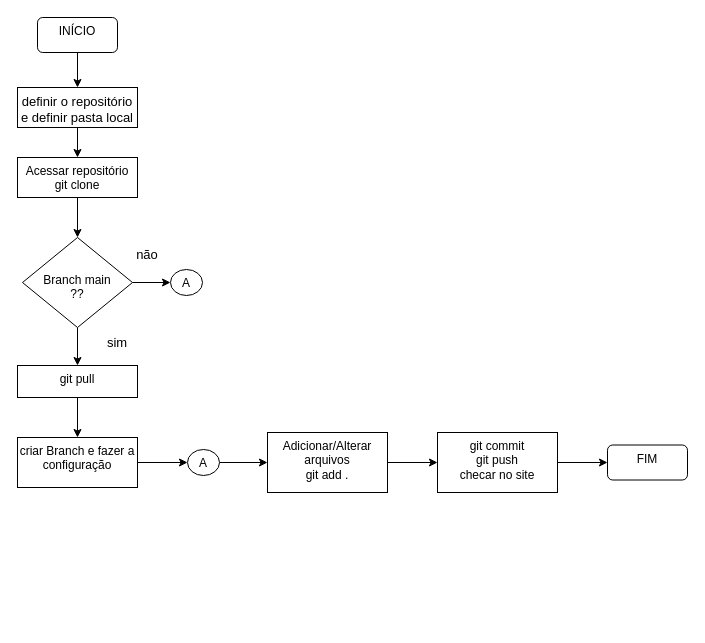
Before: Untitled Diagram.drawio in roger-mcz/suporteIT, a draw.io diagram. Source tidied: cells renumbered, new cells numbered last; positions are measured from the earlier drawing's top-left corner, leaving out a move shared by most shapes. Both pictures are drawn from the tidied source at 100%, with x=0, y=0 at pixel (17, 17).
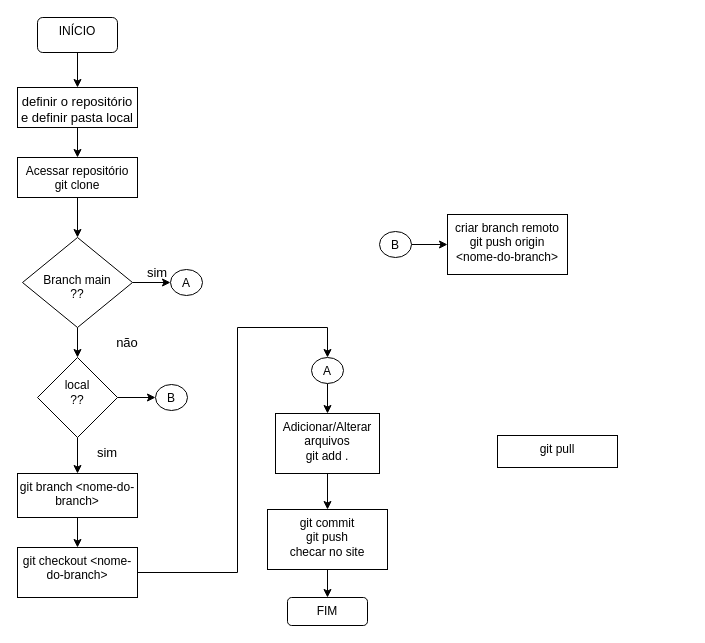
The same diagram, later.

Unchanged cells that the change refers to:
```xml
<mxCell id="8" value="&lt;div&gt;&lt;br&gt;&lt;/div&gt;&lt;div&gt;&lt;br&gt;&lt;/div&gt;&lt;div&gt;Branch main&lt;/div&gt;&lt;div&gt;??&lt;br&gt;&lt;/div&gt;" style="rhombus;whiteSpace=wrap;html=1;verticalAlign=top;" parent="1" vertex="1">
  <mxGeometry x="5" y="220" width="110" height="90" as="geometry" />
</mxCell>
```

The edit, as a diff of the source:
```diff
@@
-    <mxCell id="7" style="edgeStyle=orthogonalEdgeStyle;rounded=0;jettySize=auto;html=1;fontSize=13;" parent="1" edge="1" source="8" target="12">
-      <mxGeometry relative="1" as="geometry" />
-    </mxCell>
+    <mxCell id="25" style="edgeStyle=orthogonalEdgeStyle;rounded=0;jettySize=auto;html=1;" parent="1" edge="1" source="8" target="28">
+      <mxGeometry relative="1" as="geometry" />
+    </mxCell>
@@
     <mxCell id="10" value="sim" style="text;html=1;strokeColor=none;fillColor=none;align=center;verticalAlign=middle;whiteSpace=wrap;rounded=0;fontSize=13;" parent="1" vertex="1">
-      <mxGeometry x="70" y="310" width="60" height="30" as="geometry" />
+      <mxGeometry x="60" y="420" width="60" height="30" as="geometry" />
     </mxCell>
-    <mxCell id="11" style="edgeStyle=orthogonalEdgeStyle;rounded=0;jettySize=auto;html=1;fontSize=13;" parent="1" edge="1" source="12" target="15">
-      <mxGeometry relative="1" as="geometry" />
-    </mxCell>
     <mxCell id="12" value="git pull" style="whiteSpace=wrap;html=1;verticalAlign=top;" parent="1" vertex="1">
-      <mxGeometry y="348" width="120" height="32" as="geometry" />
+      <mxGeometry x="480" y="418" width="120" height="32" as="geometry" />
     </mxCell>
     <mxCell id="13" value="não" style="text;html=1;strokeColor=none;fillColor=none;align=center;verticalAlign=middle;whiteSpace=wrap;rounded=0;fontSize=13;" parent="1" vertex="1">
-      <mxGeometry x="100" y="222" width="60" height="30" as="geometry" />
+      <mxGeometry x="80" y="310" width="60" height="30" as="geometry" />
     </mxCell>
-    <mxCell id="14" style="edgeStyle=orthogonalEdgeStyle;rounded=0;jettySize=auto;html=1;exitX=1;exitY=0.5;exitDx=0;exitDy=0;entryX=0;entryY=0.5;entryDx=0;entryDy=0;fontSize=13;" parent="1" edge="1" source="15" target="24">
-      <mxGeometry relative="1" as="geometry" />
+    <mxCell id="14" style="edgeStyle=orthogonalEdgeStyle;rounded=0;jettySize=auto;html=1;exitX=1;exitY=0.5;exitDx=0;exitDy=0;entryX=0.5;entryY=0;entryDx=0;entryDy=0;fontSize=13;" parent="1" edge="1" source="32" target="24">
+      <mxGeometry relative="1" as="geometry">
+        <Array as="points">
+          <mxPoint x="220" y="555" />
+          <mxPoint x="220" y="310" />
+          <mxPoint x="310" y="310" />
+        </Array>
+      </mxGeometry>
     </mxCell>
-    <mxCell id="15" value="criar Branch e fazer a configuração" style="whiteSpace=wrap;html=1;verticalAlign=top;" parent="1" vertex="1">
-      <mxGeometry y="420" width="120" height="50" as="geometry" />
-    </mxCell>
@@
     <mxCell id="17" value="&lt;div&gt;Adicionar/Alterar&lt;/div&gt;&lt;div&gt;arquivos&lt;/div&gt;&lt;div&gt;git add .&lt;br&gt;&lt;/div&gt;" style="whiteSpace=wrap;html=1;verticalAlign=top;" parent="1" vertex="1">
-      <mxGeometry x="250" y="415" width="120" height="60" as="geometry" />
+      <mxGeometry x="258" y="396" width="104" height="60" as="geometry" />
     </mxCell>
@@
     <mxCell id="19" value="&lt;div&gt;git commit&lt;br&gt;&lt;/div&gt;&lt;div&gt;git push&lt;/div&gt;&lt;div&gt;checar no site&lt;br&gt;&lt;/div&gt;" style="whiteSpace=wrap;html=1;verticalAlign=top;" parent="1" vertex="1">
-      <mxGeometry x="420" y="415" width="120" height="60" as="geometry" />
+      <mxGeometry x="250" y="492" width="120" height="60" as="geometry" />
     </mxCell>
     <mxCell id="20" value="FIM" style="rounded=1;whiteSpace=wrap;html=1;verticalAlign=top;" parent="1" vertex="1">
-      <mxGeometry x="590" y="427.5" width="80" height="35" as="geometry" />
+      <mxGeometry x="270" y="580" width="80" height="28" as="geometry" />
     </mxCell>
@@
-    <mxCell id="23" style="edgeStyle=orthogonalEdgeStyle;rounded=0;jettySize=auto;html=1;exitX=1;exitY=0.5;exitDx=0;exitDy=0;entryX=0;entryY=0.5;entryDx=0;entryDy=0;fontSize=13;" parent="1" edge="1" source="24" target="17">
+    <mxCell id="23" style="edgeStyle=orthogonalEdgeStyle;rounded=0;jettySize=auto;html=1;exitX=0.5;exitY=1;exitDx=0;exitDy=0;entryX=0.5;entryY=0;entryDx=0;entryDy=0;fontSize=13;" parent="1" edge="1" source="24" target="17">
       <mxGeometry relative="1" as="geometry" />
     </mxCell>
     <mxCell id="24" value="A" style="ellipse;whiteSpace=wrap;html=1;verticalAlign=top;" parent="1" vertex="1">
-      <mxGeometry x="170" y="432" width="32" height="26" as="geometry" />
+      <mxGeometry x="294" y="340" width="32" height="26" as="geometry" />
     </mxCell>
+    <mxCell id="26" style="edgeStyle=orthogonalEdgeStyle;rounded=0;jettySize=auto;html=1;" parent="1" edge="1" source="28" target="30">
+      <mxGeometry relative="1" as="geometry" />
+    </mxCell>
+    <mxCell id="27" style="edgeStyle=orthogonalEdgeStyle;rounded=0;jettySize=auto;html=1;" parent="1" edge="1" source="28" target="35">
+      <mxGeometry relative="1" as="geometry" />
+    </mxCell>
+    <mxCell id="28" value="&lt;div&gt;&lt;br&gt;&lt;/div&gt;&lt;div&gt;local&lt;/div&gt;&lt;div&gt;??&lt;/div&gt;" style="rhombus;whiteSpace=wrap;html=1;verticalAlign=top;" parent="1" vertex="1">
+      <mxGeometry x="20" y="340" width="80" height="80" as="geometry" />
+    </mxCell>
+    <mxCell id="29" style="edgeStyle=orthogonalEdgeStyle;rounded=0;jettySize=auto;html=1;" parent="1" edge="1" source="30" target="32">
+      <mxGeometry relative="1" as="geometry" />
+    </mxCell>
+    <mxCell id="30" value="git branch &amp;lt;nome-do-branch&amp;gt;" style="whiteSpace=wrap;html=1;verticalAlign=top;" parent="1" vertex="1">
+      <mxGeometry y="456" width="120" height="44" as="geometry" />
+    </mxCell>
+    <mxCell id="31" value="sim" style="text;html=1;strokeColor=none;fillColor=none;align=center;verticalAlign=middle;whiteSpace=wrap;rounded=0;fontSize=13;" parent="1" vertex="1">
+      <mxGeometry x="110" y="240" width="60" height="30" as="geometry" />
+    </mxCell>
+    <mxCell id="32" value="git checkout &amp;lt;nome-do-branch&amp;gt;" style="whiteSpace=wrap;html=1;verticalAlign=top;" parent="1" vertex="1">
+      <mxGeometry y="530" width="120" height="50" as="geometry" />
+    </mxCell>
+    <mxCell id="33" style="edgeStyle=orthogonalEdgeStyle;rounded=0;jettySize=auto;html=1;" parent="1" edge="1" source="34" target="36">
+      <mxGeometry relative="1" as="geometry" />
+    </mxCell>
+    <mxCell id="34" value="B" style="ellipse;whiteSpace=wrap;html=1;verticalAlign=top;" parent="1" vertex="1">
+      <mxGeometry x="362" y="214" width="32" height="26" as="geometry" />
+    </mxCell>
+    <mxCell id="35" value="B" style="ellipse;whiteSpace=wrap;html=1;verticalAlign=top;" parent="1" vertex="1">
+      <mxGeometry x="138" y="367" width="32" height="26" as="geometry" />
+    </mxCell>
+    <mxCell id="36" value="&lt;div&gt;criar branch remoto&lt;/div&gt;&lt;div&gt;git push origin &amp;lt;nome-do-branch&amp;gt;&lt;br&gt;&lt;/div&gt;" style="whiteSpace=wrap;html=1;verticalAlign=top;" parent="1" vertex="1">
+      <mxGeometry x="430" y="197" width="120" height="60" as="geometry" />
+    </mxCell>
```
